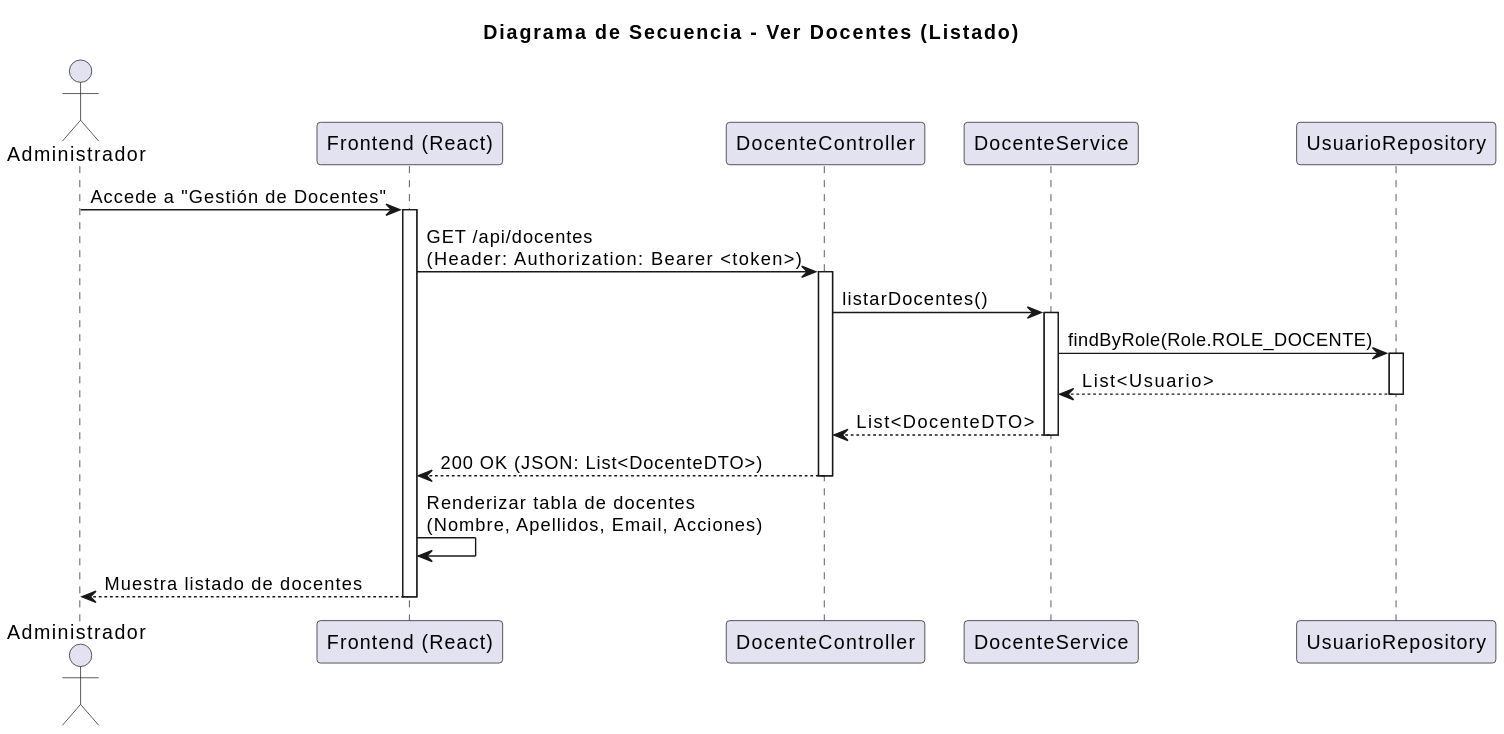
This is images/diseño/verDocentes/verDocentes.svg from Pareyor/25-26-idsw2-sdVC, a PlantUML export, as it was before one commit. The source it was exported from:
```plantuml
@startuml
title Diagrama de Secuencia - Ver Docentes (Listado)

actor "Administrador" as Actor
participant "Frontend (React)" as FE
participant "DocenteController" as Controller
participant "DocenteService" as Service
participant "UsuarioRepository" as Repo

Actor -> FE: Accede a "Gestión de Docentes"
activate FE

FE -> Controller: GET /api/docentes\n(Header: Authorization: Bearer <token>)
activate Controller

Controller -> Service: listarDocentes()
activate Service

Service -> Repo: findByRole(Role.ROLE_DOCENTE)
activate Repo
Repo --> Service: List<Usuario>
deactivate Repo

Service --> Controller: List<DocenteDTO>
deactivate Service

Controller --> FE: 200 OK (JSON: List<DocenteDTO>)
deactivate Controller

FE -> FE: Renderizar tabla de docentes\n(Nombre, Apellidos, Email, Acciones)
FE --> Actor: Muestra listado de docentes
deactivate FE
@enduml
```
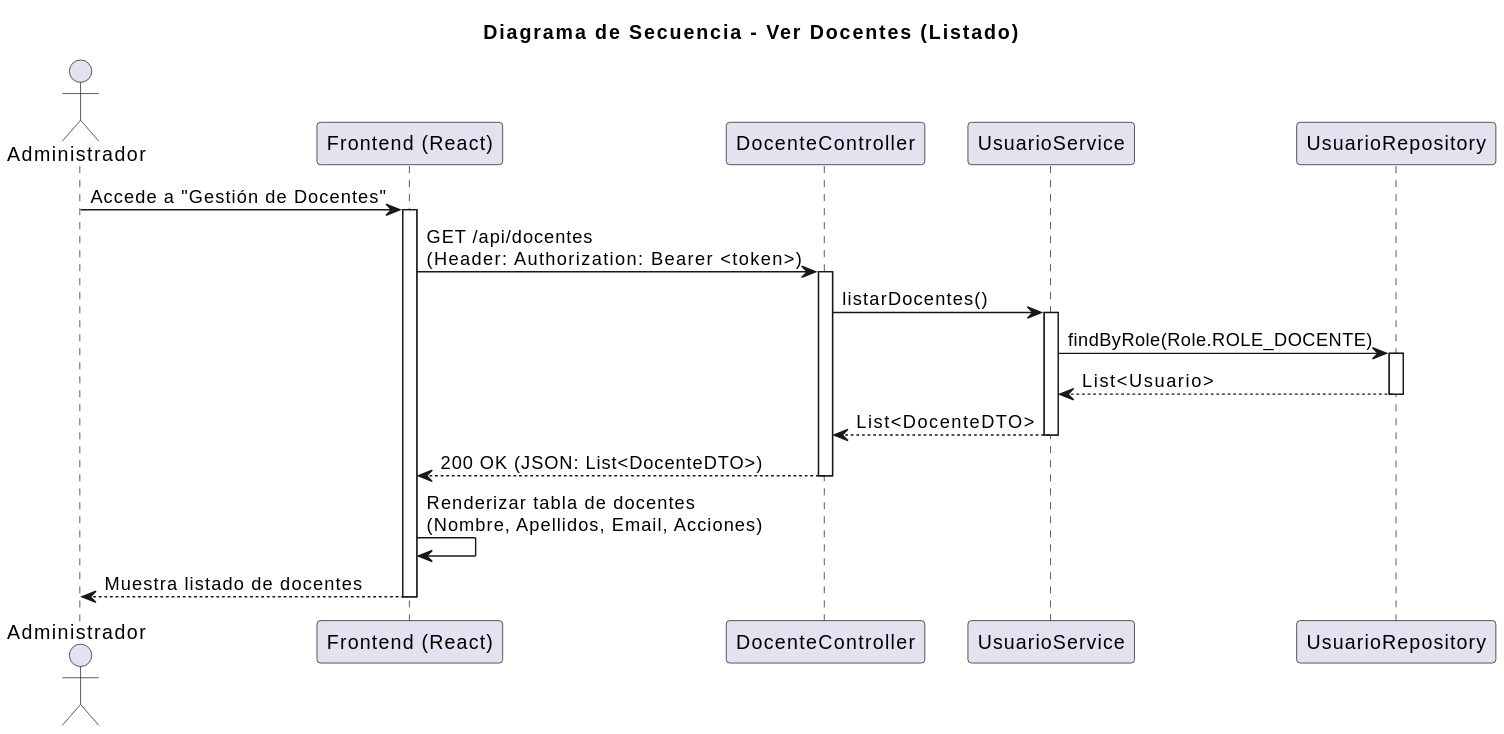
After the commit.

Commit message:
fix: Corrige diagrama de secuencia en verDocente y crearDocente y corrige ubicación de las imágenes de verPreguntas y verAlumnos

What changed in the source:
```diff
@@ -4,7 +4,7 @@
 actor "Administrador" as Actor
 participant "Frontend (React)" as FE
 participant "DocenteController" as Controller
-participant "DocenteService" as Service
+participant "UsuarioService" as Service
 participant "UsuarioRepository" as Repo
 
 Actor -> FE: Accede a "Gestión de Docentes"
```
